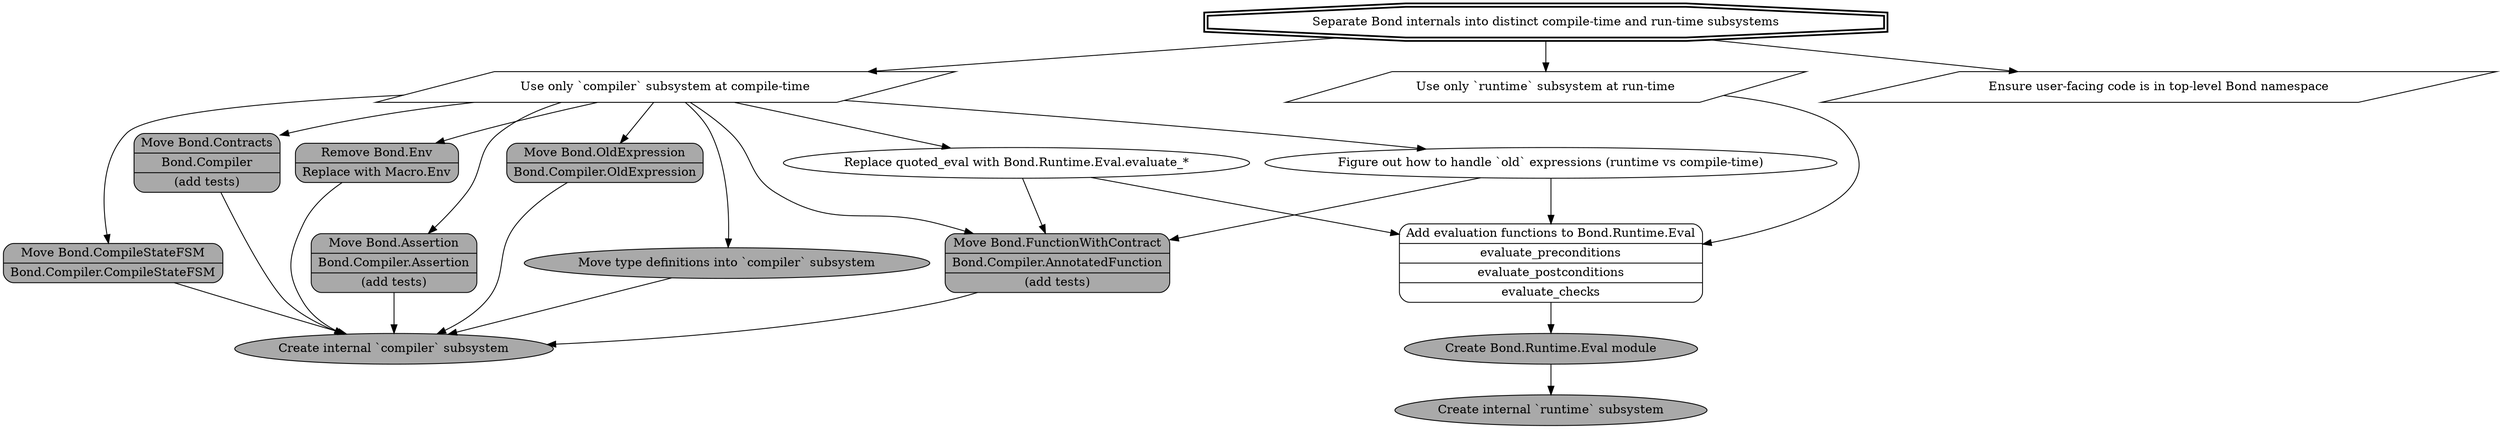
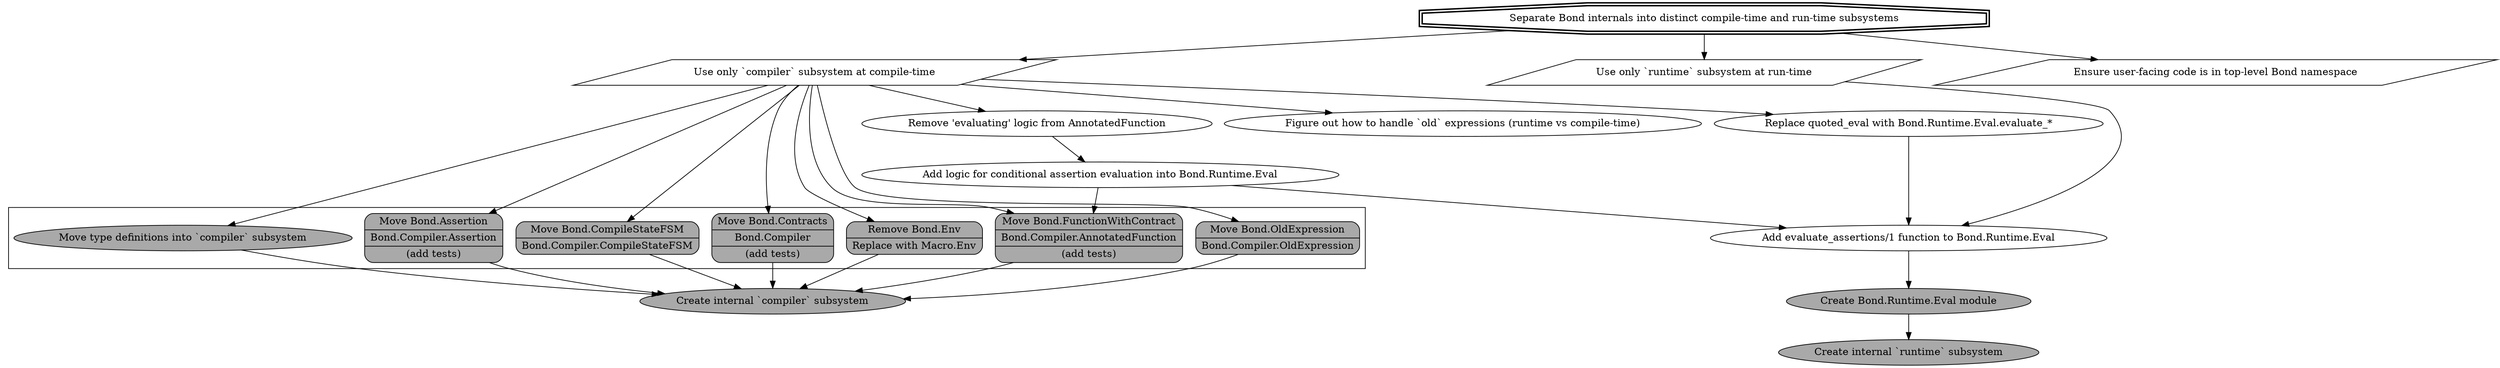
digraph {
  goal [label="Separate Bond internals into distinct compile-time and run-time subsystems", style=bold, shape=doubleoctagon]
  compiler_subsystem [label="Create internal `compiler` subsystem", fillcolor=darkgrey, style=filled]
  runtime_subsystem [label="Create internal `runtime` subsystem", fillcolor=darkgrey, style=filled]

  compile_time [label="Use only `compiler` subsystem at compile-time", shape=parallelogram]
  run_time [label="Use only `runtime` subsystem at run-time", shape=parallelogram]
  user_code [label="Ensure user-facing code is in top-level Bond namespace", shape=parallelogram]
-   move_type_defs [label="Move type definitions into `compiler` subsystem", fillcolor=darkgrey, style=filled]
-   move_assertion [shape=Mrecord, label="{Move Bond.Assertion|Bond.Compiler.Assertion|(add tests)}", fillcolor=darkgrey, style=filled]
-   move_compiler_fsm [shape=Mrecord, label="{Move Bond.CompileStateFSM|Bond.Compiler.CompileStateFSM}", fillcolor=darkgrey, style=filled]
-   move_contracts [shape=Mrecord, label="{Move Bond.Contracts|Bond.Compiler|(add tests)}", fillcolor=darkgrey, style=filled]
-   remove_env [shape=Mrecord, label="{Remove Bond.Env|Replace with Macro.Env}", fillcolor=darkgrey, style=filled]
-   move_function_with_contract [shape=Mrecord, label="{Move Bond.FunctionWithContract|Bond.Compiler.AnnotatedFunction|(add tests)}", fillcolor=darkgrey, style=filled]
-   move_old_expression [shape=Mrecord, label="{Move Bond.OldExpression|Bond.Compiler.OldExpression}", fillcolor=darkgrey, style=filled]
+ 
+   subgraph cluster_move_compiler_defs {
+     move_type_defs [label="Move type definitions into `compiler` subsystem", fillcolor=darkgrey, style=filled]
+     move_assertion [shape=Mrecord, label="{Move Bond.Assertion|Bond.Compiler.Assertion|(add tests)}", fillcolor=darkgrey, style=filled]
+     move_compiler_fsm [shape=Mrecord, label="{Move Bond.CompileStateFSM|Bond.Compiler.CompileStateFSM}", fillcolor=darkgrey, style=filled]
+     move_contracts [shape=Mrecord, label="{Move Bond.Contracts|Bond.Compiler|(add tests)}", fillcolor=darkgrey, style=filled]
+     remove_env [shape=Mrecord, label="{Remove Bond.Env|Replace with Macro.Env}", fillcolor=darkgrey, style=filled]
+     move_function_with_contract [shape=Mrecord, label="{Move Bond.FunctionWithContract|Bond.Compiler.AnnotatedFunction|(add tests)}", fillcolor=darkgrey, style=filled]
+     move_old_expression [shape=Mrecord, label="{Move Bond.OldExpression|Bond.Compiler.OldExpression}", fillcolor=darkgrey, style=filled]
+   }
+ 
+   remove_evaluating_logic [label="Remove 'evaluating' logic from AnnotatedFunction"]
+   // annotated_function_multi_clause [label="AnnotatedFunction represents all clauses of a function"]
+ 
  create_bond_eval [label="Create Bond.Runtime.Eval module", fillcolor=darkgrey, style=filled]
-   add_eval_functions_to_bond_eval [shape=Mrecord, label="{Add evaluation functions to Bond.Runtime.Eval|evaluate_preconditions|evaluate_postconditions|evaluate_checks}"]
+   add_eval_functions_to_bond_eval [label="Add evaluate_assertions/1 function to Bond.Runtime.Eval"]
  handle_old_expressions [label="Figure out how to handle `old` expressions (runtime vs compile-time)"]
  replace_quoted_eval [label="Replace quoted_eval with Bond.Runtime.Eval.evaluate_*"]
-   // annotated_function_multi_clause [label="AnnotatedFunction represents all clauses of a function"]
+   add_evaluating_logic [label="Add logic for conditional assertion evaluation into Bond.Runtime.Eval"]

  goal -> compile_time -> {move_assertion move_compiler_fsm move_contracts remove_env move_function_with_contract move_old_expression move_type_defs} -> compiler_subsystem
-   compile_time -> {replace_quoted_eval handle_old_expressions} -> {move_function_with_contract add_eval_functions_to_bond_eval}
+   compile_time -> remove_evaluating_logic -> add_evaluating_logic -> {move_function_with_contract add_eval_functions_to_bond_eval}
+   compile_time -> {replace_quoted_eval handle_old_expressions}
+   replace_quoted_eval -> add_eval_functions_to_bond_eval
  goal -> run_time -> add_eval_functions_to_bond_eval -> create_bond_eval -> runtime_subsystem
  goal -> user_code
}
